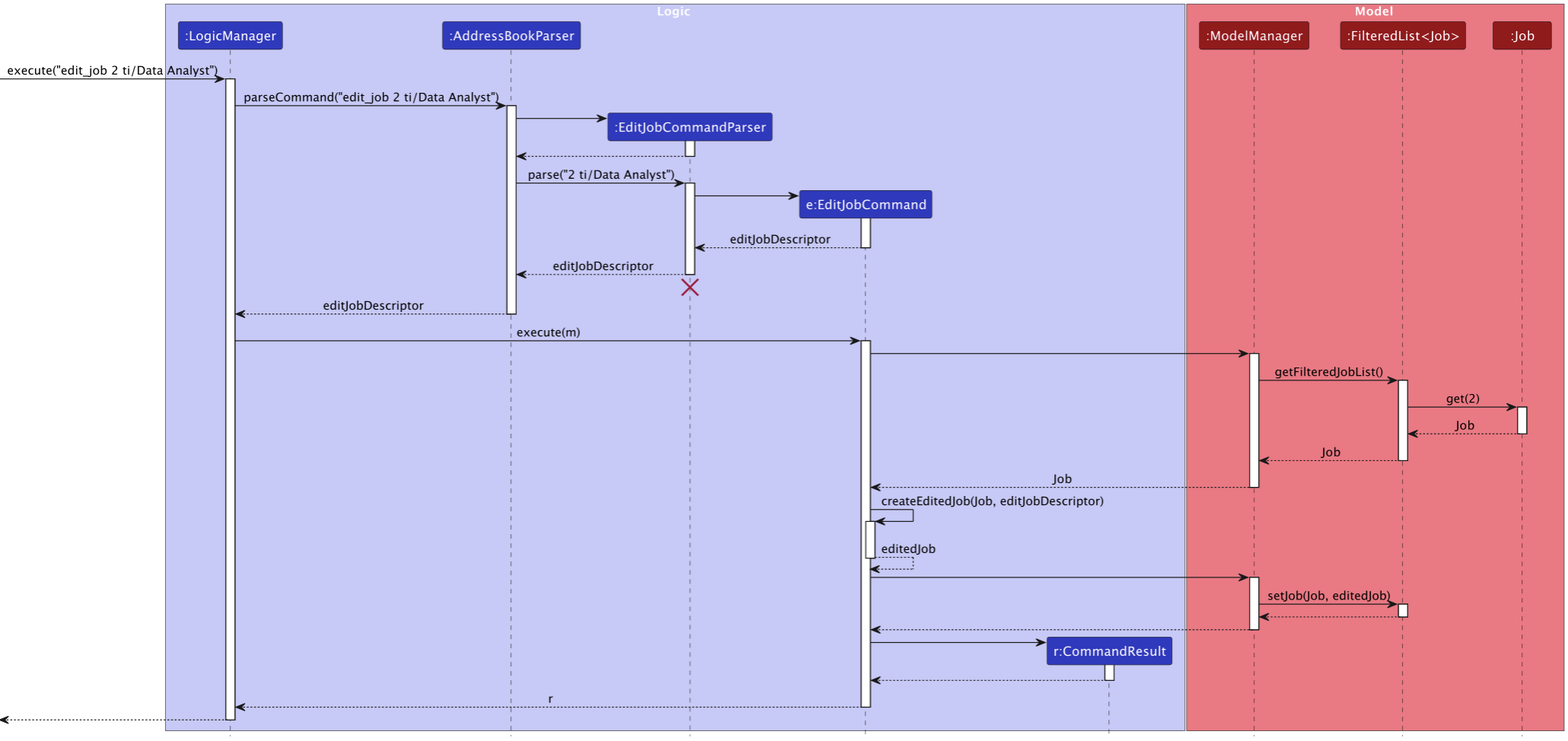
Before: docs/images/EditJobSequenceDiagram.png, a diagram exported from PlantUML (leeweiming3/tp). Its source is kept beside it as docs/diagrams/EditJobSequenceDiagram.puml.
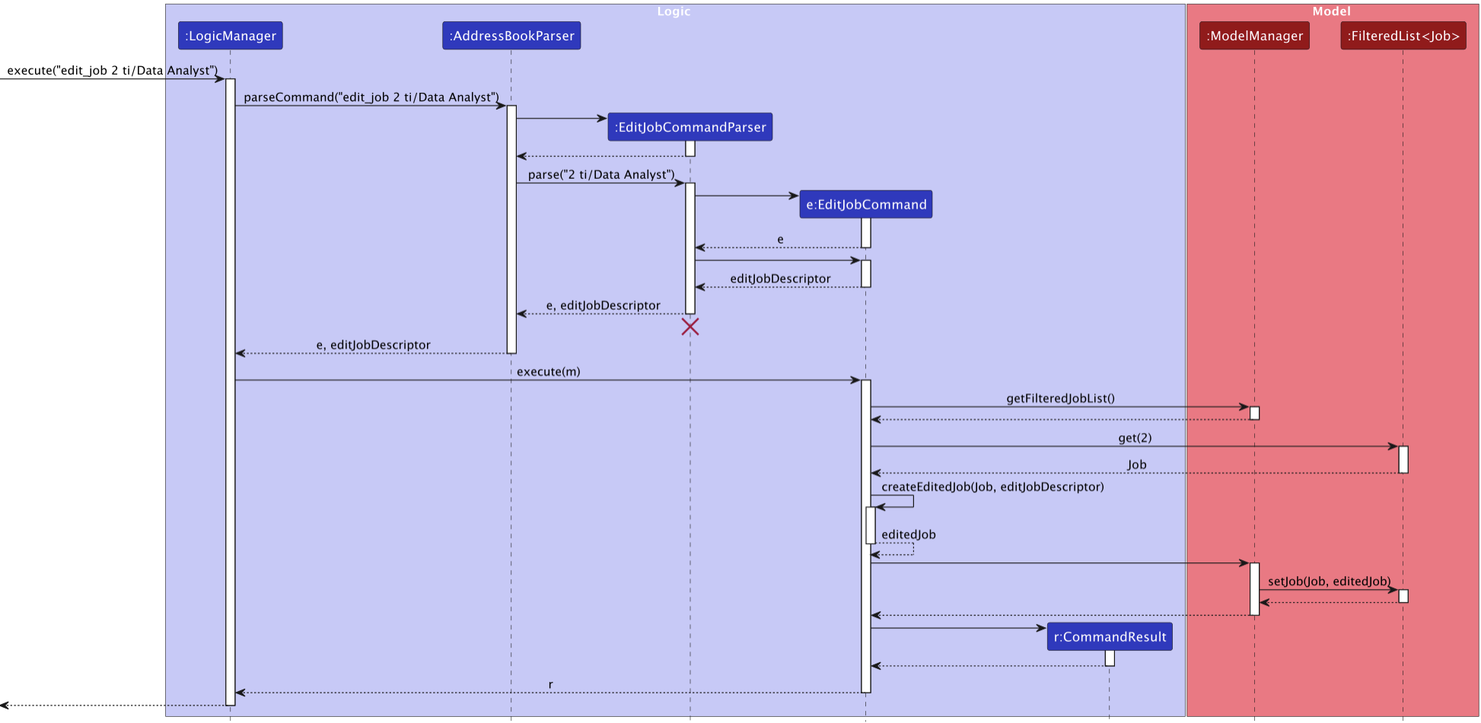
After the change.

Commit message:
Fix incorrect UML diagram

Change to the diagram source:
```diff
@@ -13,7 +13,6 @@
 box Model MODEL_COLOR_T1
 participant ":ModelManager" as ModelManager MODEL_COLOR
 participant ":FilteredList<Job>" as FilteredList MODEL_COLOR
-participant ":Job" as Job MODEL_COLOR
 end box
 
 [-> LogicManager : execute("edit_job 2 ti/Data Analyst")
@@ -36,37 +35,37 @@
 EditJobCommandParser -> EditJobCommand
 activate EditJobCommand
 
+EditJobCommand --> EditJobCommandParser : e
+deactivate EditJobCommand
+
+EditJobCommandParser -> EditJobCommand
+activate EditJobCommand
+
 EditJobCommand --> EditJobCommandParser : editJobDescriptor
 deactivate EditJobCommand
 
-EditJobCommandParser --> AddressBookParser : editJobDescriptor
+EditJobCommandParser --> AddressBookParser : e, editJobDescriptor
 deactivate EditJobCommandParser
 EditJobCommandParser -[hidden]-> AddressBookParser
 destroy EditJobCommandParser
 
-AddressBookParser --> LogicManager : editJobDescriptor
+AddressBookParser --> LogicManager : e, editJobDescriptor
 deactivate AddressBookParser
 
 LogicManager -> EditJobCommand : execute(m)
 activate EditJobCommand
 
-EditJobCommand -> ModelManager
+EditJobCommand -> ModelManager: getFilteredJobList()
 activate ModelManager
 
-ModelManager -> FilteredList : getFilteredJobList()
+ModelManager --> EditJobCommand
+deactivate ModelManager
+
+EditJobCommand -> FilteredList: get(2)
 activate FilteredList
 
-FilteredList -> Job : get(2)
-activate Job
-
-Job --> FilteredList : Job
-deactivate Job
-
-FilteredList --> ModelManager : Job
+FilteredList --> EditJobCommand: Job
 deactivate FilteredList
-
-ModelManager --> EditJobCommand : Job
-deactivate ModelManager
 
 EditJobCommand -> EditJobCommand : createEditedJob(Job, editJobDescriptor)
 activate EditJobCommand
```
